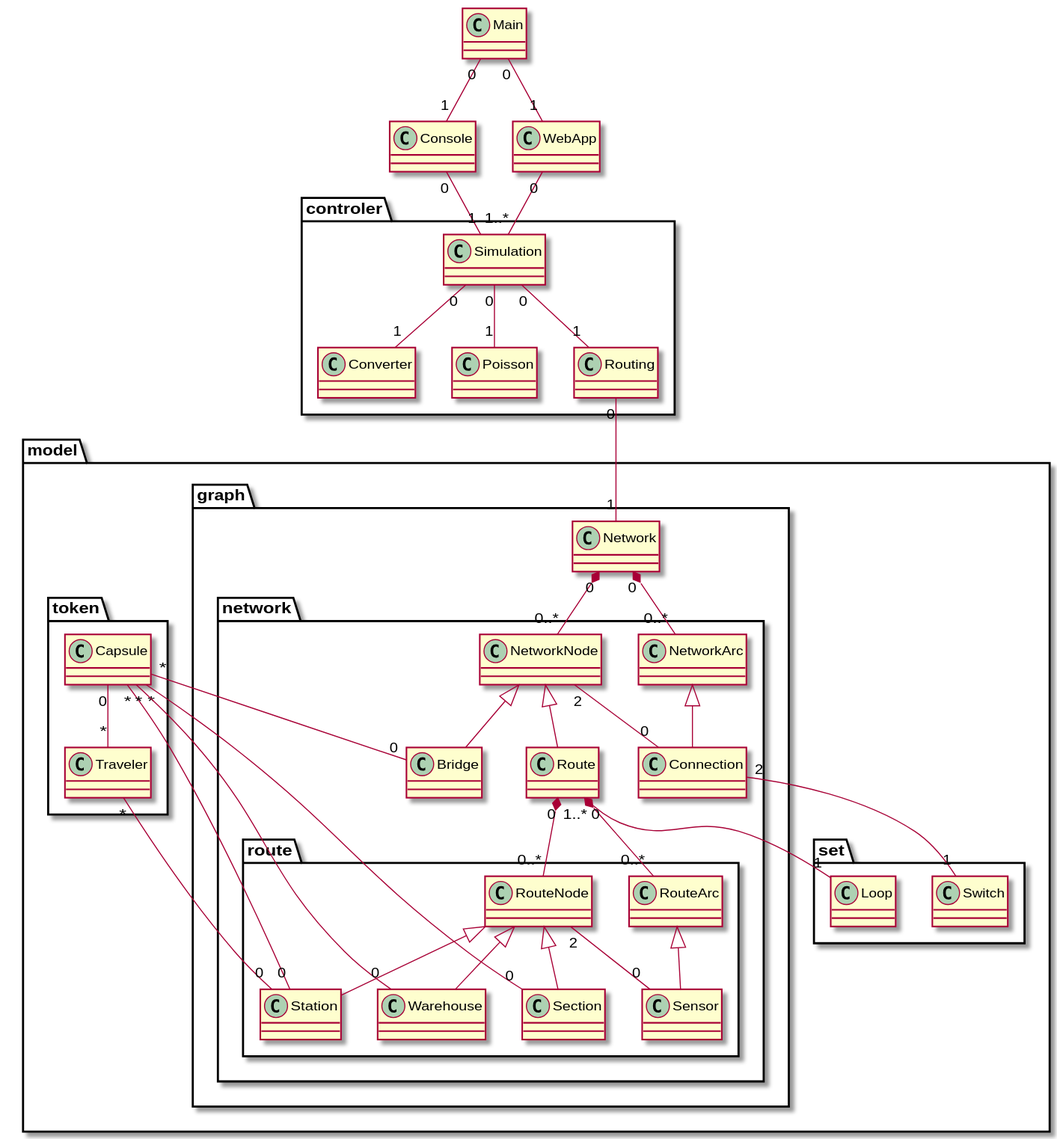
PolariTOON/urbanloop-global-simulator keeps this PlantUML diagram as docs/classes-0.3.svg. Above is the earlier version. Its source is kept beside it as docs/classes-0.3.plantuml.
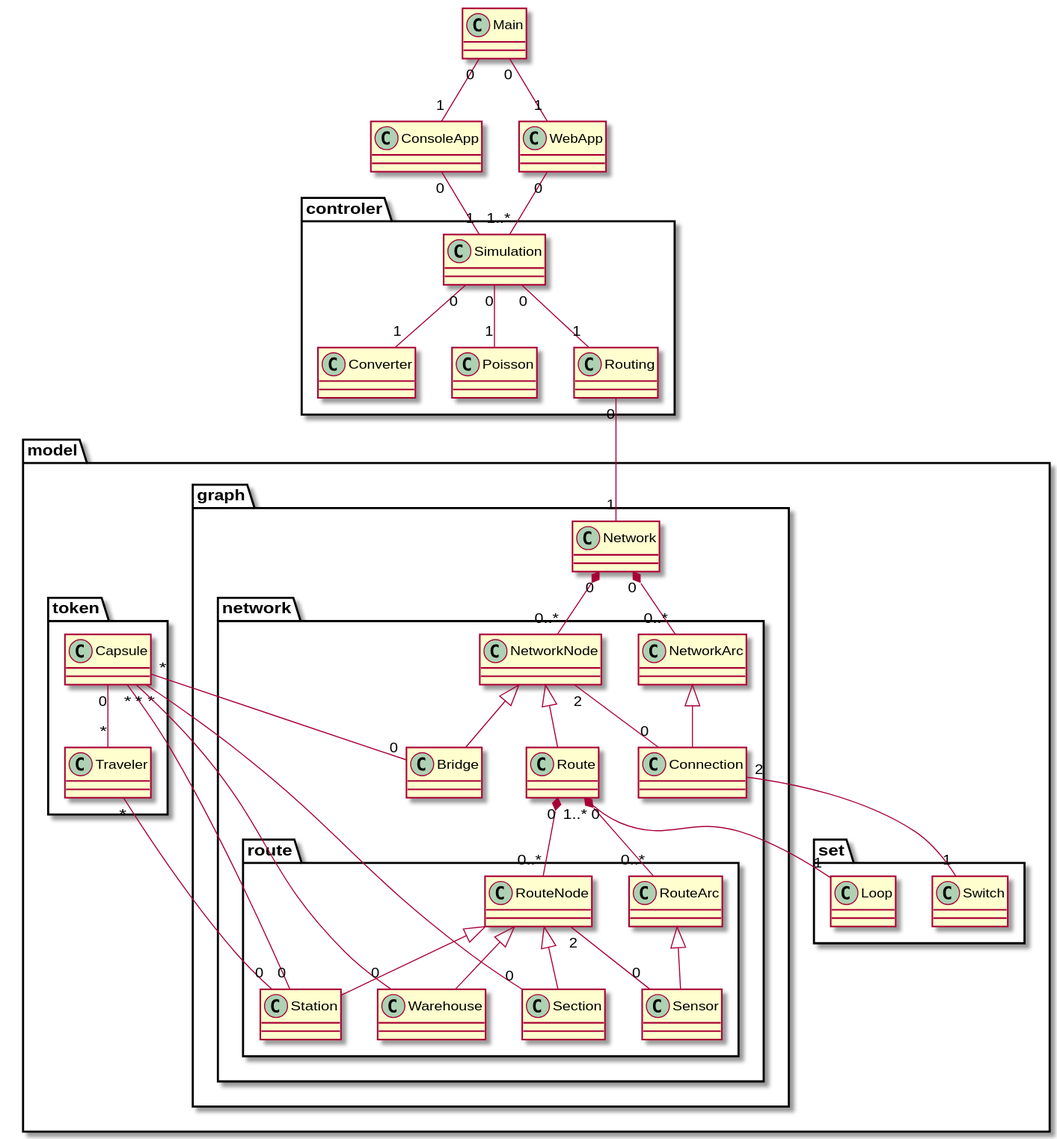
After the change.

Diff of the diagram source:
```diff
@@ -1,7 +1,7 @@
 @startuml
 
 class Main
-class Console
+class ConsoleApp
 class WebApp
 package controler {
 	class Simulation
@@ -38,9 +38,9 @@
 	}
 }
 
-Main "0"--"1" Console
+Main "0"--"1" ConsoleApp
 Main "0"--"1" WebApp
-Console "0"--"1" Simulation
+ConsoleApp "0"--"1" Simulation
 WebApp "0"--"1..*" Simulation
 Simulation "0"--"1" Converter
 Simulation "0"--"1" Poisson
```
